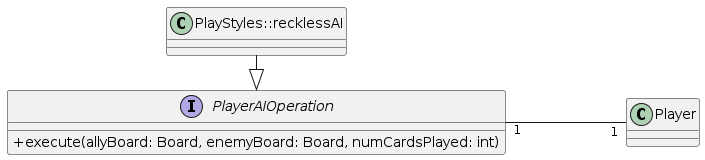
Above: uc-seng301-cardbattler-asg4-student/diagrams/strategy.png in DanieSimonlLowe/SENG301-ASS4 (PlantUML), before the change.
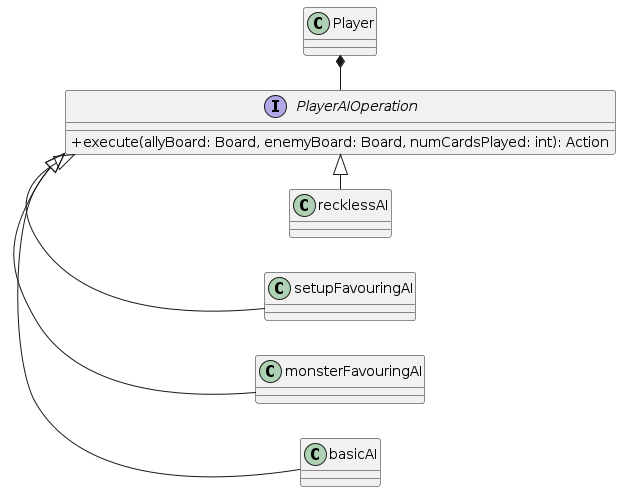
Above is the later version.

Commit message:
removed PlayStyles.java and replaced it with a strategy patten.

Change to the diagram source:
```diff
@@ -2,15 +2,20 @@
 left to right direction
 
 skinparam classAttributeIconSize 0
+
+
 interface PlayerAIOperation {
-+execute(allyBoard: Board, enemyBoard: Board, numCardsPlayed: int)
++execute(allyBoard: Board, enemyBoard: Board, numCardsPlayed: int): Action
 }
 
 class Player {
 
 }
 
-PlayerAIOperation "1"---"1" Player
+PlayerAIOperation -u* Player
 
-PlayStyles::recklessAI -|> PlayerAIOperation
+basicAI -u|> PlayerAIOperation
+monsterFavouringAI -u|> PlayerAIOperation
+setupFavouringAI -u|> PlayerAIOperation
+recklessAI -u|> PlayerAIOperation
 @enduml
```
